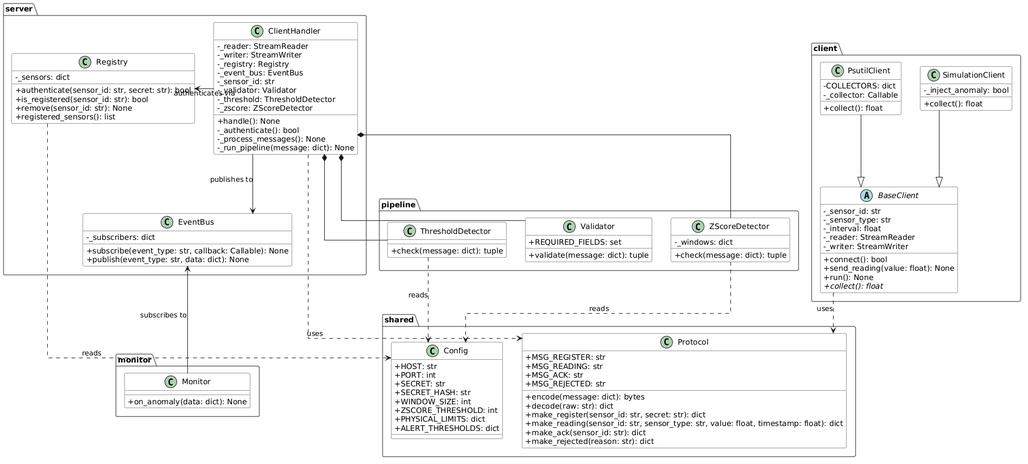
Before: docs/uml/class-diagram.png, a diagram exported from PlantUML (pedromedinatech/sentinel).
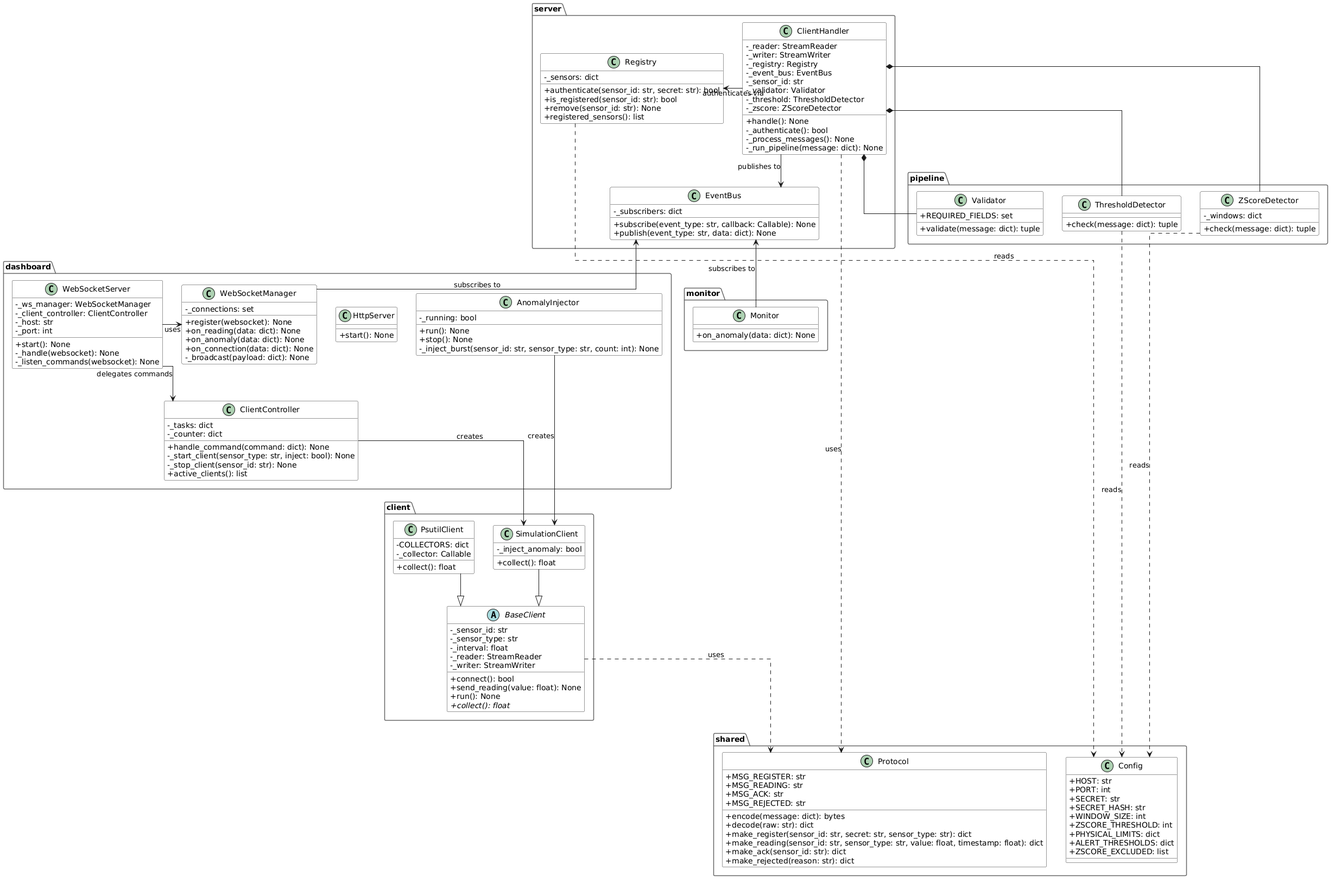
After the commit.

What changed in the source:
```diff
@@ -14,7 +14,7 @@
         + MSG_REJECTED: str
         + encode(message: dict): bytes
         + decode(raw: str): dict
-        + make_register(sensor_id: str, secret: str): dict
+        + make_register(sensor_id: str, secret: str, sensor_type: str): dict
         + make_reading(sensor_id: str, sensor_type: str, value: float, timestamp: float): dict
         + make_ack(sensor_id: str): dict
         + make_rejected(reason: str): dict
@@ -29,6 +29,7 @@
         + ZSCORE_THRESHOLD: int
         + PHYSICAL_LIMITS: dict
         + ALERT_THRESHOLDS: dict
+        + ZSCORE_EXCLUDED: list
     }
 }
 
@@ -110,6 +111,46 @@
     }
 }
 
+package dashboard {
+    class WebSocketManager {
+        - _connections: set
+        + register(websocket): None
+        + on_reading(data: dict): None
+        + on_anomaly(data: dict): None
+        + on_connection(data: dict): None
+        - _broadcast(payload: dict): None
+    }
+
+    class WebSocketServer {
+        - _ws_manager: WebSocketManager
+        - _client_controller: ClientController
+        - _host: str
+        - _port: int
+        + start(): None
+        - _handle(websocket): None
+        - _listen_commands(websocket): None
+    }
+
+    class HttpServer {
+        + start(): None
+    }
+
+    class ClientController {
+        - _tasks: dict
+        - _counter: dict
+        + handle_command(command: dict): None
+        - _start_client(sensor_type: str, inject: bool): None
+        - _stop_client(sensor_id: str): None
+        + active_clients(): list
+    }
+
+    class AnomalyInjector {
+        - _running: bool
+        + run(): None
+        + stop(): None
+        - _inject_burst(sensor_id: str, sensor_type: str, count: int): None
+    }
+}
 
 PsutilClient --|> BaseClient
 SimulationClient --|> BaseClient
@@ -121,6 +162,11 @@
 ClientHandler -left-> Registry : authenticates via
 ClientHandler -down-> EventBus : publishes to
 Monitor -up-> EventBus : subscribes to
+WebSocketManager -up-> EventBus : subscribes to
+WebSocketServer -right-> WebSocketManager : uses
+WebSocketServer -down-> ClientController : delegates commands
+ClientController -down-> SimulationClient : creates
+AnomalyInjector -down-> SimulationClient : creates
 
 ClientHandler ..> Protocol : uses
 BaseClient ..> Protocol : uses
```
